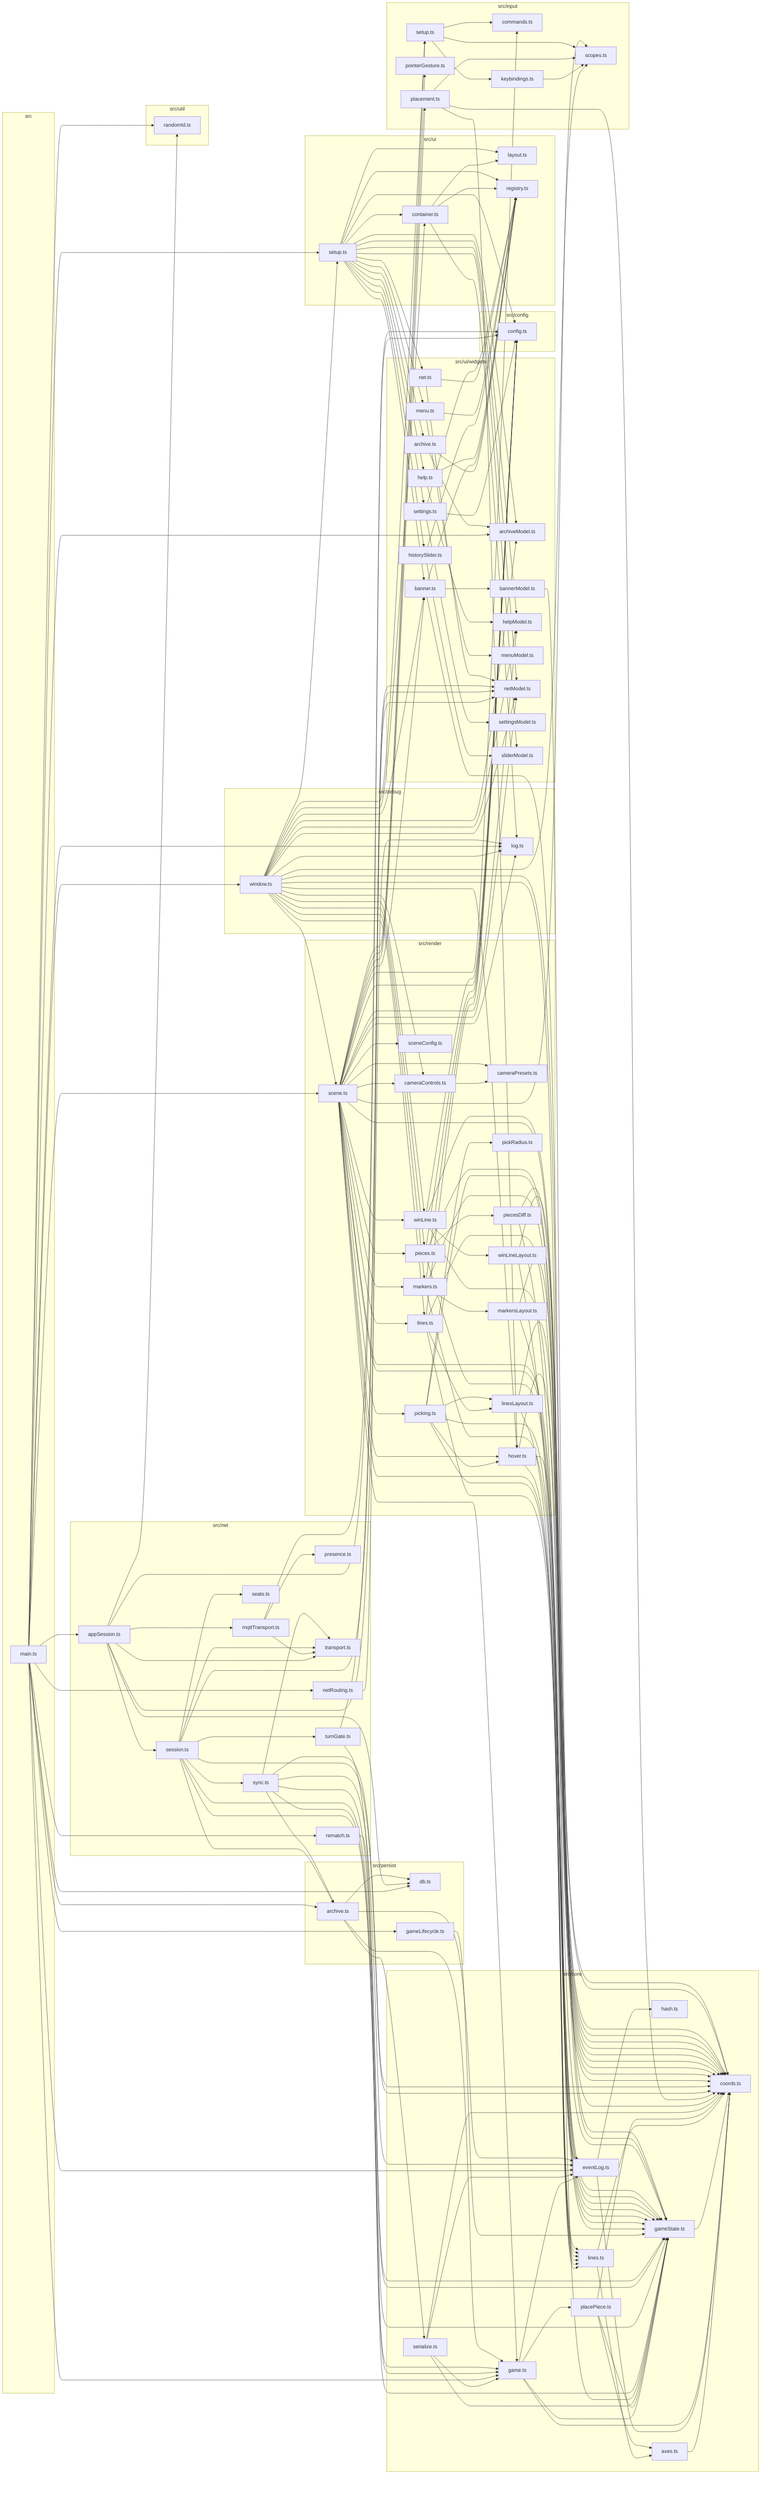
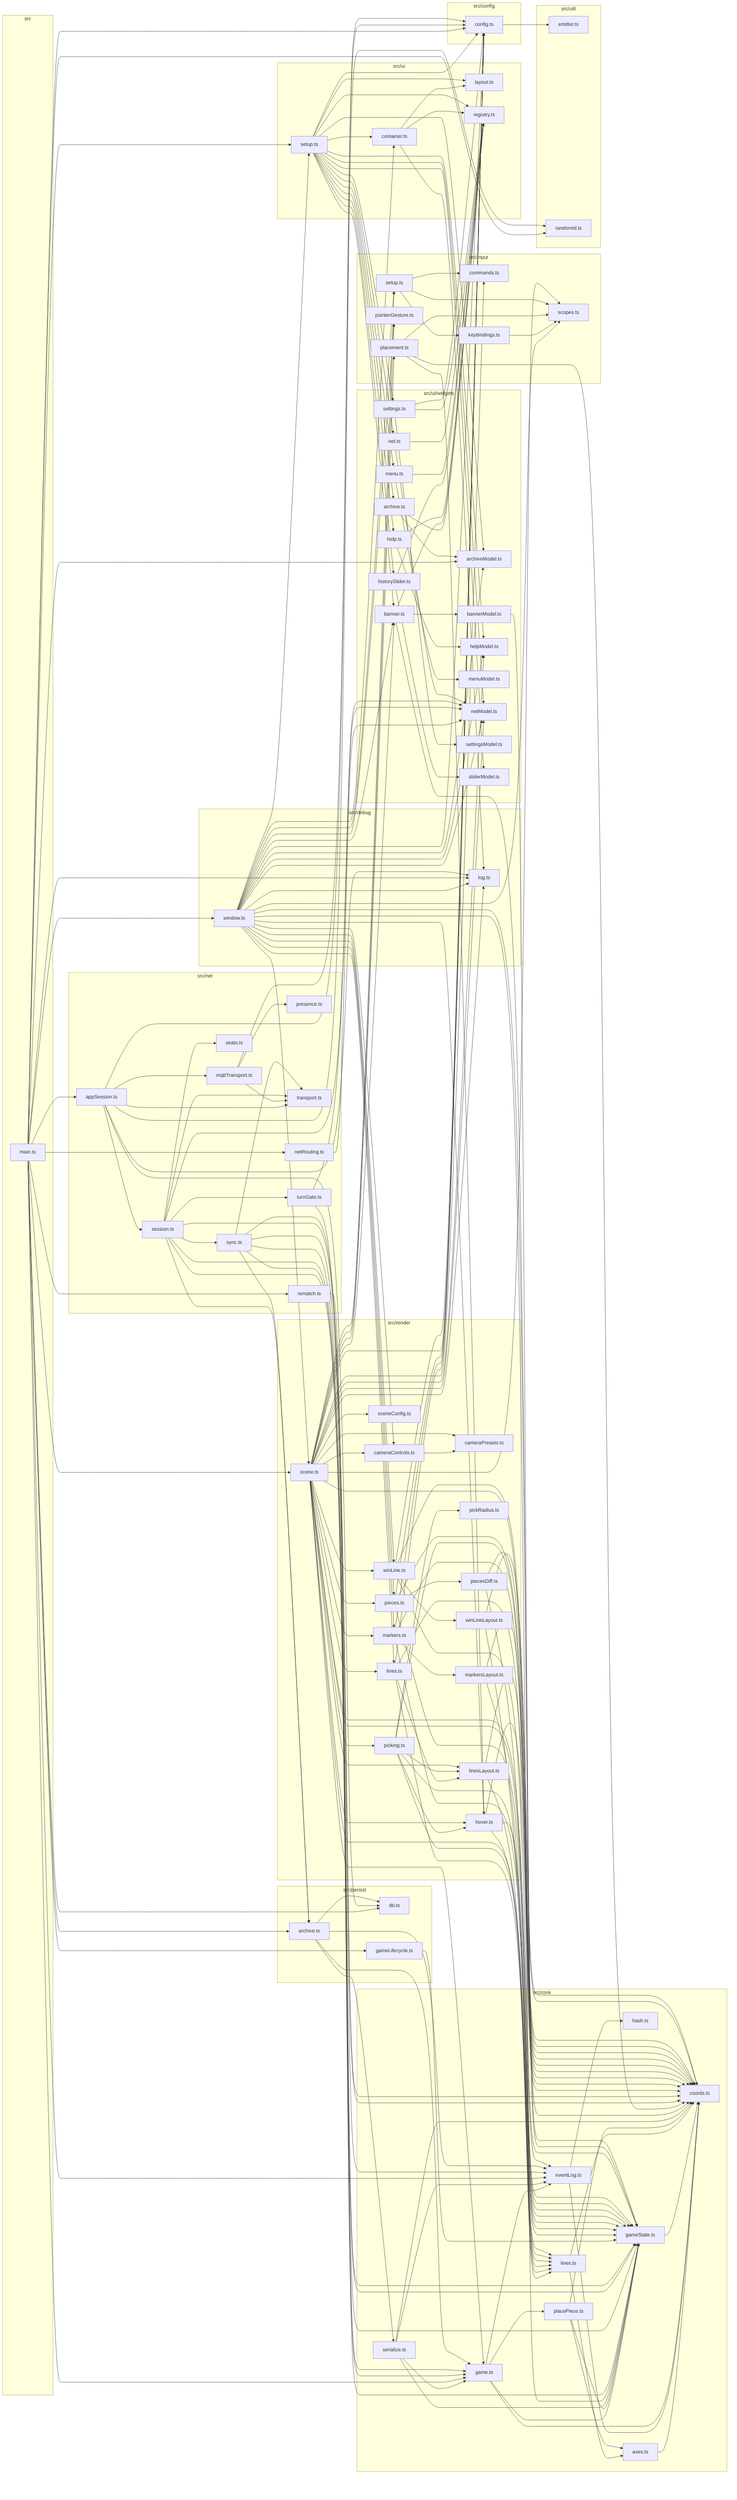
graph LR
    subgraph src
        src_main_ts["main.ts"]
    end
    subgraph src/config
        src_config_config_ts["config.ts"]
    end
    subgraph src/core
        src_core_axes_ts["axes.ts"]
        src_core_coords_ts["coords.ts"]
        src_core_eventLog_ts["eventLog.ts"]
        src_core_game_ts["game.ts"]
        src_core_gameState_ts["gameState.ts"]
        src_core_hash_ts["hash.ts"]
        src_core_lines_ts["lines.ts"]
        src_core_placePiece_ts["placePiece.ts"]
        src_core_serialize_ts["serialize.ts"]
    end
    subgraph src/debug
        src_debug_log_ts["log.ts"]
        src_debug_window_ts["window.ts"]
    end
    subgraph src/input
        src_input_commands_ts["commands.ts"]
        src_input_keybindings_ts["keybindings.ts"]
        src_input_placement_ts["placement.ts"]
        src_input_pointerGesture_ts["pointerGesture.ts"]
        src_input_scopes_ts["scopes.ts"]
        src_input_setup_ts["setup.ts"]
    end
    subgraph src/net
        src_net_appSession_ts["appSession.ts"]
        src_net_mqttTransport_ts["mqttTransport.ts"]
        src_net_netRouting_ts["netRouting.ts"]
        src_net_presence_ts["presence.ts"]
        src_net_rematch_ts["rematch.ts"]
        src_net_seats_ts["seats.ts"]
        src_net_session_ts["session.ts"]
        src_net_sync_ts["sync.ts"]
        src_net_transport_ts["transport.ts"]
        src_net_turnGate_ts["turnGate.ts"]
    end
    subgraph src/persist
        src_persist_archive_ts["archive.ts"]
        src_persist_db_ts["db.ts"]
        src_persist_gameLifecycle_ts["gameLifecycle.ts"]
    end
    subgraph src/render
        src_render_cameraControls_ts["cameraControls.ts"]
        src_render_cameraPresets_ts["cameraPresets.ts"]
        src_render_hover_ts["hover.ts"]
        src_render_lines_ts["lines.ts"]
        src_render_linesLayout_ts["linesLayout.ts"]
        src_render_markers_ts["markers.ts"]
        src_render_markersLayout_ts["markersLayout.ts"]
        src_render_pickRadius_ts["pickRadius.ts"]
        src_render_picking_ts["picking.ts"]
        src_render_pieces_ts["pieces.ts"]
        src_render_piecesDiff_ts["piecesDiff.ts"]
        src_render_scene_ts["scene.ts"]
        src_render_sceneConfig_ts["sceneConfig.ts"]
        src_render_winLine_ts["winLine.ts"]
        src_render_winLineLayout_ts["winLineLayout.ts"]
    end
    subgraph src/ui
        src_ui_container_ts["container.ts"]
        src_ui_layout_ts["layout.ts"]
        src_ui_registry_ts["registry.ts"]
        src_ui_setup_ts["setup.ts"]
    end
    subgraph src/ui/widgets
        src_ui_widgets_archive_ts["archive.ts"]
        src_ui_widgets_archiveModel_ts["archiveModel.ts"]
        src_ui_widgets_banner_ts["banner.ts"]
        src_ui_widgets_bannerModel_ts["bannerModel.ts"]
        src_ui_widgets_help_ts["help.ts"]
        src_ui_widgets_helpModel_ts["helpModel.ts"]
        src_ui_widgets_historySlider_ts["historySlider.ts"]
        src_ui_widgets_menu_ts["menu.ts"]
        src_ui_widgets_menuModel_ts["menuModel.ts"]
        src_ui_widgets_net_ts["net.ts"]
        src_ui_widgets_netModel_ts["netModel.ts"]
        src_ui_widgets_settings_ts["settings.ts"]
        src_ui_widgets_settingsModel_ts["settingsModel.ts"]
        src_ui_widgets_sliderModel_ts["sliderModel.ts"]
    end
    subgraph src/util
+         src_util_emitter_ts["emitter.ts"]
        src_util_randomId_ts["randomId.ts"]
    end
+     src_config_config_ts --> src_util_emitter_ts
    src_core_axes_ts --> src_core_coords_ts
    src_core_eventLog_ts --> src_core_coords_ts
    src_core_eventLog_ts --> src_core_hash_ts
    src_core_game_ts --> src_core_coords_ts
    src_core_game_ts --> src_core_eventLog_ts
    src_core_game_ts --> src_core_gameState_ts
    src_core_game_ts --> src_core_placePiece_ts
    src_core_gameState_ts --> src_core_coords_ts
    src_core_lines_ts --> src_core_axes_ts
    src_core_lines_ts --> src_core_coords_ts
    src_core_placePiece_ts --> src_core_axes_ts
    src_core_placePiece_ts --> src_core_coords_ts
    src_core_placePiece_ts --> src_core_gameState_ts
    src_core_serialize_ts --> src_core_coords_ts
    src_core_serialize_ts --> src_core_eventLog_ts
    src_core_serialize_ts --> src_core_game_ts
    src_core_serialize_ts --> src_core_gameState_ts
+     src_debug_window_ts --> src_config_config_ts
    src_debug_window_ts --> src_core_coords_ts
    src_debug_window_ts --> src_core_gameState_ts
    src_debug_window_ts --> src_debug_log_ts
+     src_debug_window_ts --> src_input_pointerGesture_ts
    src_debug_window_ts --> src_input_scopes_ts
    src_debug_window_ts --> src_input_setup_ts
    src_debug_window_ts --> src_render_cameraControls_ts
    src_debug_window_ts --> src_render_hover_ts
    src_debug_window_ts --> src_render_lines_ts
    src_debug_window_ts --> src_render_markers_ts
    src_debug_window_ts --> src_render_pieces_ts
    src_debug_window_ts --> src_render_scene_ts
    src_debug_window_ts --> src_render_winLine_ts
    src_debug_window_ts --> src_ui_container_ts
    src_debug_window_ts --> src_ui_setup_ts
    src_debug_window_ts --> src_ui_widgets_archiveModel_ts
    src_debug_window_ts --> src_ui_widgets_banner_ts
    src_debug_window_ts --> src_ui_widgets_helpModel_ts
    src_debug_window_ts --> src_ui_widgets_netModel_ts
    src_input_keybindings_ts --> src_input_scopes_ts
    src_input_placement_ts --> src_core_coords_ts
    src_input_placement_ts --> src_input_scopes_ts
    src_input_placement_ts --> src_render_hover_ts
    src_input_setup_ts --> src_input_commands_ts
    src_input_setup_ts --> src_input_keybindings_ts
    src_input_setup_ts --> src_input_scopes_ts
+     src_main_ts --> src_config_config_ts
    src_main_ts --> src_core_eventLog_ts
    src_main_ts --> src_core_game_ts
    src_main_ts --> src_debug_log_ts
    src_main_ts --> src_debug_window_ts
    src_main_ts --> src_net_appSession_ts
    src_main_ts --> src_net_netRouting_ts
    src_main_ts --> src_net_rematch_ts
    src_main_ts --> src_persist_archive_ts
    src_main_ts --> src_persist_db_ts
    src_main_ts --> src_persist_gameLifecycle_ts
    src_main_ts --> src_render_scene_ts
    src_main_ts --> src_ui_setup_ts
    src_main_ts --> src_ui_widgets_archiveModel_ts
    src_main_ts --> src_util_randomId_ts
    src_net_appSession_ts --> src_config_config_ts
    src_net_appSession_ts --> src_debug_log_ts
    src_net_appSession_ts --> src_net_mqttTransport_ts
    src_net_appSession_ts --> src_net_session_ts
    src_net_appSession_ts --> src_net_transport_ts
    src_net_appSession_ts --> src_persist_db_ts
    src_net_appSession_ts --> src_util_randomId_ts
    src_net_mqttTransport_ts --> src_config_config_ts
    src_net_mqttTransport_ts --> src_net_presence_ts
    src_net_mqttTransport_ts --> src_net_transport_ts
    src_net_netRouting_ts --> src_ui_widgets_netModel_ts
    src_net_rematch_ts --> src_core_gameState_ts
    src_net_session_ts --> src_core_coords_ts
    src_net_session_ts --> src_core_game_ts
    src_net_session_ts --> src_core_gameState_ts
    src_net_session_ts --> src_net_seats_ts
    src_net_session_ts --> src_net_sync_ts
    src_net_session_ts --> src_net_transport_ts
    src_net_session_ts --> src_net_turnGate_ts
    src_net_session_ts --> src_persist_archive_ts
    src_net_session_ts --> src_ui_widgets_netModel_ts
    src_net_sync_ts --> src_core_coords_ts
    src_net_sync_ts --> src_core_eventLog_ts
    src_net_sync_ts --> src_core_game_ts
    src_net_sync_ts --> src_core_gameState_ts
    src_net_sync_ts --> src_net_transport_ts
    src_net_sync_ts --> src_persist_archive_ts
    src_net_turnGate_ts --> src_core_gameState_ts
    src_net_turnGate_ts --> src_ui_widgets_netModel_ts
    src_persist_archive_ts --> src_core_eventLog_ts
    src_persist_archive_ts --> src_core_game_ts
    src_persist_archive_ts --> src_core_serialize_ts
    src_persist_archive_ts --> src_persist_db_ts
    src_persist_gameLifecycle_ts --> src_core_gameState_ts
    src_render_cameraControls_ts --> src_render_cameraPresets_ts
    src_render_hover_ts --> src_core_coords_ts
    src_render_hover_ts --> src_core_gameState_ts
    src_render_hover_ts --> src_core_lines_ts
    src_render_lines_ts --> src_config_config_ts
    src_render_lines_ts --> src_core_coords_ts
    src_render_lines_ts --> src_core_lines_ts
    src_render_lines_ts --> src_render_linesLayout_ts
    src_render_linesLayout_ts --> src_core_coords_ts
    src_render_linesLayout_ts --> src_core_lines_ts
    src_render_markers_ts --> src_config_config_ts
    src_render_markers_ts --> src_core_coords_ts
    src_render_markers_ts --> src_core_gameState_ts
    src_render_markers_ts --> src_render_markersLayout_ts
    src_render_markersLayout_ts --> src_core_coords_ts
    src_render_markersLayout_ts --> src_core_gameState_ts
    src_render_picking_ts --> src_core_coords_ts
    src_render_picking_ts --> src_core_gameState_ts
    src_render_picking_ts --> src_core_lines_ts
    src_render_picking_ts --> src_render_hover_ts
    src_render_picking_ts --> src_render_linesLayout_ts
    src_render_picking_ts --> src_render_pickRadius_ts
    src_render_pieces_ts --> src_config_config_ts
    src_render_pieces_ts --> src_core_coords_ts
    src_render_pieces_ts --> src_core_gameState_ts
    src_render_pieces_ts --> src_render_piecesDiff_ts
    src_render_piecesDiff_ts --> src_core_coords_ts
    src_render_piecesDiff_ts --> src_core_gameState_ts
    src_render_scene_ts --> src_config_config_ts
    src_render_scene_ts --> src_core_coords_ts
    src_render_scene_ts --> src_core_eventLog_ts
    src_render_scene_ts --> src_core_game_ts
    src_render_scene_ts --> src_core_gameState_ts
    src_render_scene_ts --> src_core_lines_ts
    src_render_scene_ts --> src_debug_log_ts
    src_render_scene_ts --> src_input_commands_ts
    src_render_scene_ts --> src_input_placement_ts
    src_render_scene_ts --> src_input_pointerGesture_ts
    src_render_scene_ts --> src_input_scopes_ts
    src_render_scene_ts --> src_input_setup_ts
    src_render_scene_ts --> src_render_cameraControls_ts
    src_render_scene_ts --> src_render_cameraPresets_ts
    src_render_scene_ts --> src_render_hover_ts
    src_render_scene_ts --> src_render_lines_ts
+     src_render_scene_ts --> src_render_linesLayout_ts
    src_render_scene_ts --> src_render_markers_ts
    src_render_scene_ts --> src_render_picking_ts
    src_render_scene_ts --> src_render_pieces_ts
    src_render_scene_ts --> src_render_sceneConfig_ts
    src_render_scene_ts --> src_render_winLine_ts
    src_render_scene_ts --> src_ui_widgets_banner_ts
    src_render_scene_ts --> src_ui_widgets_helpModel_ts
    src_render_scene_ts --> src_ui_widgets_netModel_ts
    src_render_winLine_ts --> src_config_config_ts
    src_render_winLine_ts --> src_core_coords_ts
    src_render_winLine_ts --> src_core_gameState_ts
    src_render_winLine_ts --> src_render_winLineLayout_ts
    src_render_winLineLayout_ts --> src_core_coords_ts
    src_render_winLineLayout_ts --> src_core_lines_ts
    src_ui_container_ts --> src_debug_log_ts
    src_ui_container_ts --> src_ui_layout_ts
    src_ui_container_ts --> src_ui_registry_ts
    src_ui_setup_ts --> src_config_config_ts
    src_ui_setup_ts --> src_ui_container_ts
    src_ui_setup_ts --> src_ui_layout_ts
    src_ui_setup_ts --> src_ui_registry_ts
    src_ui_setup_ts --> src_ui_widgets_archive_ts
    src_ui_setup_ts --> src_ui_widgets_archiveModel_ts
    src_ui_setup_ts --> src_ui_widgets_banner_ts
    src_ui_setup_ts --> src_ui_widgets_help_ts
    src_ui_setup_ts --> src_ui_widgets_helpModel_ts
    src_ui_setup_ts --> src_ui_widgets_historySlider_ts
    src_ui_setup_ts --> src_ui_widgets_menu_ts
    src_ui_setup_ts --> src_ui_widgets_net_ts
    src_ui_setup_ts --> src_ui_widgets_netModel_ts
    src_ui_setup_ts --> src_ui_widgets_settings_ts
    src_ui_setup_ts --> src_ui_widgets_sliderModel_ts
    src_ui_widgets_archive_ts --> src_ui_registry_ts
    src_ui_widgets_archive_ts --> src_ui_widgets_archiveModel_ts
    src_ui_widgets_banner_ts --> src_core_gameState_ts
    src_ui_widgets_banner_ts --> src_ui_registry_ts
    src_ui_widgets_banner_ts --> src_ui_widgets_bannerModel_ts
    src_ui_widgets_bannerModel_ts --> src_core_gameState_ts
    src_ui_widgets_help_ts --> src_ui_registry_ts
    src_ui_widgets_help_ts --> src_ui_widgets_helpModel_ts
    src_ui_widgets_historySlider_ts --> src_ui_registry_ts
    src_ui_widgets_historySlider_ts --> src_ui_widgets_sliderModel_ts
    src_ui_widgets_menu_ts --> src_ui_registry_ts
    src_ui_widgets_menu_ts --> src_ui_widgets_menuModel_ts
    src_ui_widgets_net_ts --> src_ui_registry_ts
    src_ui_widgets_net_ts --> src_ui_widgets_netModel_ts
    src_ui_widgets_settings_ts --> src_config_config_ts
    src_ui_widgets_settings_ts --> src_ui_registry_ts
    src_ui_widgets_settings_ts --> src_ui_widgets_settingsModel_ts
